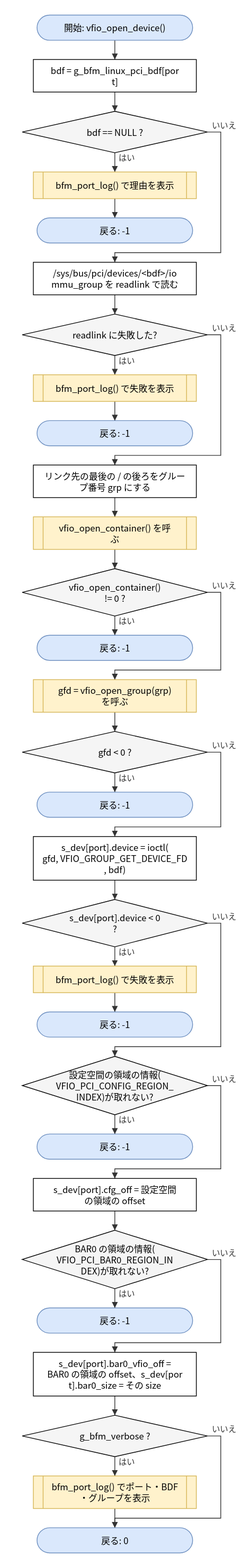
This is doc/spec/images/flow_port_linux_vfio_port_linux-vfio_open_device.drawio.svg from hf355051012-ai/bfmem, a draw.io export, as it was before one commit. Source tidied: cells renumbered, new cells last; positions are measured from the earlier drawing's top-left corner, leaving out a move shared by most shapes.
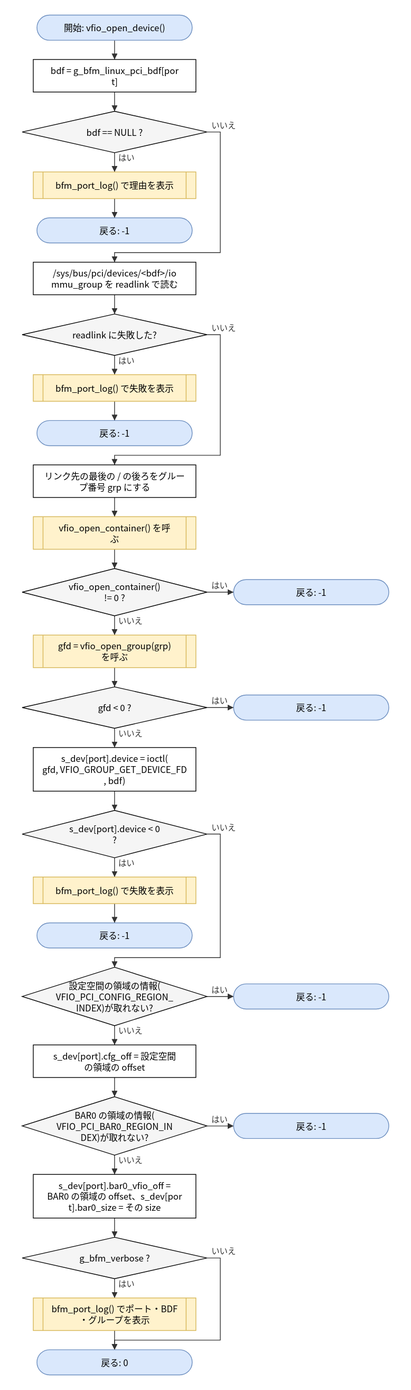
After the change.

Change to the diagram source:
```diff
@@ -39,55 +39,55 @@
       <mxGeometry y="748" width="250" height="64" as="geometry" />
     </mxCell>
     <mxCell id="14" value="戻る: -1" style="rounded=1;arcSize=50;whiteSpace=wrap;html=1;fillColor=#dae8fc;strokeColor=#6c8ebf;" parent="1" vertex="1">
-      <mxGeometry x="20" y="838" width="210" height="34" as="geometry" />
+      <mxGeometry x="286" y="763" width="210" height="34" as="geometry" />
     </mxCell>
     <mxCell id="15" value="gfd = vfio_open_group(grp)&lt;br&gt;を呼ぶ" style="shape=process;whiteSpace=wrap;html=1;backgroundOutline=1;size=0.06;fillColor=#fff2cc;strokeColor=#d6b656;" parent="1" vertex="1">
-      <mxGeometry x="15" y="898" width="220" height="44" as="geometry" />
+      <mxGeometry x="15" y="838" width="220" height="44" as="geometry" />
     </mxCell>
     <mxCell id="16" value="gfd &amp;lt; 0 ?" style="rhombus;whiteSpace=wrap;html=1;fillColor=#f5f5f5;" parent="1" vertex="1">
-      <mxGeometry y="968" width="250" height="56" as="geometry" />
+      <mxGeometry y="908" width="250" height="56" as="geometry" />
     </mxCell>
     <mxCell id="17" value="戻る: -1" style="rounded=1;arcSize=50;whiteSpace=wrap;html=1;fillColor=#dae8fc;strokeColor=#6c8ebf;" parent="1" vertex="1">
-      <mxGeometry x="20" y="1050" width="210" height="34" as="geometry" />
+      <mxGeometry x="286" y="919" width="210" height="34" as="geometry" />
     </mxCell>
     <mxCell id="18" value="s_dev[port].device = ioctl(&lt;br&gt;gfd, VFIO_GROUP_GET_DEVICE_FD&lt;br&gt;, bdf)" style="rounded=0;whiteSpace=wrap;html=1;" parent="1" vertex="1">
-      <mxGeometry x="15" y="1110" width="220" height="59" as="geometry" />
+      <mxGeometry x="15" y="990" width="220" height="59" as="geometry" />
     </mxCell>
     <mxCell id="19" value="s_dev[port].device &amp;lt; 0&lt;br&gt;?" style="rhombus;whiteSpace=wrap;html=1;fillColor=#f5f5f5;" parent="1" vertex="1">
-      <mxGeometry y="1195" width="250" height="64" as="geometry" />
+      <mxGeometry y="1075" width="250" height="64" as="geometry" />
     </mxCell>
     <mxCell id="20" value="bfm_port_log() で失敗を表示" style="shape=process;whiteSpace=wrap;html=1;backgroundOutline=1;size=0.06;fillColor=#fff2cc;strokeColor=#d6b656;" parent="1" vertex="1">
-      <mxGeometry x="15" y="1285" width="220" height="36" as="geometry" />
+      <mxGeometry x="15" y="1165" width="220" height="36" as="geometry" />
     </mxCell>
     <mxCell id="21" value="戻る: -1" style="rounded=1;arcSize=50;whiteSpace=wrap;html=1;fillColor=#dae8fc;strokeColor=#6c8ebf;" parent="1" vertex="1">
-      <mxGeometry x="20" y="1347" width="210" height="34" as="geometry" />
+      <mxGeometry x="20" y="1227" width="210" height="34" as="geometry" />
     </mxCell>
     <mxCell id="22" value="設定空間の領域の情報(&lt;br&gt;VFIO_PCI_CONFIG_REGION_&lt;br&gt;INDEX)が取れない?" style="rhombus;whiteSpace=wrap;html=1;fillColor=#f5f5f5;" parent="1" vertex="1">
-      <mxGeometry y="1407" width="250" height="79" as="geometry" />
+      <mxGeometry y="1287" width="250" height="79" as="geometry" />
     </mxCell>
     <mxCell id="23" value="戻る: -1" style="rounded=1;arcSize=50;whiteSpace=wrap;html=1;fillColor=#dae8fc;strokeColor=#6c8ebf;" parent="1" vertex="1">
-      <mxGeometry x="20" y="1512" width="210" height="34" as="geometry" />
+      <mxGeometry x="286" y="1309.5" width="210" height="34" as="geometry" />
     </mxCell>
     <mxCell id="24" value="s_dev[port].cfg_off = 設定空間&lt;br&gt;の領域の offset" style="rounded=0;whiteSpace=wrap;html=1;" parent="1" vertex="1">
-      <mxGeometry x="15" y="1572" width="220" height="44" as="geometry" />
+      <mxGeometry x="15" y="1392" width="220" height="44" as="geometry" />
     </mxCell>
     <mxCell id="25" value="BAR0 の領域の情報(&lt;br&gt;VFIO_PCI_BAR0_REGION_IN&lt;br&gt;DEX)が取れない?" style="rhombus;whiteSpace=wrap;html=1;fillColor=#f5f5f5;" parent="1" vertex="1">
-      <mxGeometry y="1642" width="250" height="79" as="geometry" />
+      <mxGeometry y="1462" width="250" height="79" as="geometry" />
     </mxCell>
     <mxCell id="26" value="戻る: -1" style="rounded=1;arcSize=50;whiteSpace=wrap;html=1;fillColor=#dae8fc;strokeColor=#6c8ebf;" parent="1" vertex="1">
-      <mxGeometry x="20" y="1747" width="210" height="34" as="geometry" />
+      <mxGeometry x="286" y="1484.5" width="210" height="34" as="geometry" />
     </mxCell>
     <mxCell id="27" value="s_dev[port].bar0_vfio_off =&lt;br&gt;BAR0 の領域の offset、s_dev[por&lt;br&gt;t].bar0_size = その size" style="rounded=0;whiteSpace=wrap;html=1;" parent="1" vertex="1">
-      <mxGeometry x="15" y="1807" width="220" height="59" as="geometry" />
+      <mxGeometry x="15" y="1567" width="220" height="59" as="geometry" />
     </mxCell>
     <mxCell id="28" value="g_bfm_verbose ?" style="rhombus;whiteSpace=wrap;html=1;fillColor=#f5f5f5;" parent="1" vertex="1">
-      <mxGeometry y="1892" width="250" height="56" as="geometry" />
+      <mxGeometry y="1652" width="250" height="56" as="geometry" />
     </mxCell>
     <mxCell id="29" value="bfm_port_log() でポート・BDF&lt;br&gt;・グループを表示" style="shape=process;whiteSpace=wrap;html=1;backgroundOutline=1;size=0.06;fillColor=#fff2cc;strokeColor=#d6b656;" parent="1" vertex="1">
-      <mxGeometry x="15" y="1974" width="220" height="44" as="geometry" />
+      <mxGeometry x="15" y="1734" width="220" height="44" as="geometry" />
     </mxCell>
     <mxCell id="30" value="戻る: 0" style="rounded=1;arcSize=50;whiteSpace=wrap;html=1;fillColor=#dae8fc;strokeColor=#6c8ebf;" parent="1" vertex="1">
-      <mxGeometry x="20" y="2044" width="210" height="34" as="geometry" />
+      <mxGeometry x="20" y="1804" width="210" height="34" as="geometry" />
     </mxCell>
     <mxCell id="31" style="edgeStyle=none;html=1;rounded=0;endArrow=block;endFill=1;exitX=0.5000;exitY=1.0000;exitDx=0;exitDy=0;exitPerimeter=0;entryX=0.5000;entryY=0.0000;entryDx=0;entryDy=0;entryPerimeter=0;" parent="1" edge="1" source="2" target="3">
       <mxGeometry relative="1" as="geometry" />
@@ -134,32 +134,20 @@
     <mxCell id="41" style="edgeStyle=none;html=1;rounded=0;endArrow=block;endFill=1;exitX=0.5000;exitY=1.0000;exitDx=0;exitDy=0;exitPerimeter=0;entryX=0.5000;entryY=0.0000;entryDx=0;entryDy=0;entryPerimeter=0;" parent="1" edge="1" source="12" target="13">
       <mxGeometry relative="1" as="geometry" />
     </mxCell>
-    <mxCell id="42" value="はい" style="edgeStyle=none;html=1;rounded=0;endArrow=block;endFill=1;exitX=0.5000;exitY=1.0000;exitDx=0;exitDy=0;exitPerimeter=0;entryX=0.5000;entryY=0.0000;entryDx=0;entryDy=0;entryPerimeter=0;" parent="1" edge="1" source="13" target="14">
+    <mxCell id="42" value="はい" style="edgeStyle=none;html=1;rounded=0;endArrow=block;endFill=1;exitX=1.0000;exitY=0.5000;exitDx=0;exitDy=0;exitPerimeter=0;entryX=0.0000;entryY=0.5000;entryDx=0;entryDy=0;entryPerimeter=0;" parent="1" edge="1" source="13" target="14">
       <mxGeometry relative="1" as="geometry" />
     </mxCell>
-    <mxCell id="43" value="いいえ" style="edgeStyle=none;html=1;rounded=0;endArrow=block;endFill=1;exitX=1.0000;exitY=0.5000;exitDx=0;exitDy=0;exitPerimeter=0;entryX=0.5000;entryY=0.0000;entryDx=0;entryDy=0;entryPerimeter=0;" parent="1" edge="1" source="13" target="15">
-      <mxGeometry relative="1" as="geometry">
-        <Array as="points">
-          <mxPoint x="268" y="780" />
-          <mxPoint x="268" y="885" />
-          <mxPoint x="125" y="885" />
-        </Array>
-      </mxGeometry>
+    <mxCell id="43" value="いいえ" style="edgeStyle=none;html=1;rounded=0;endArrow=block;endFill=1;exitX=0.5000;exitY=1.0000;exitDx=0;exitDy=0;exitPerimeter=0;entryX=0.5000;entryY=0.0000;entryDx=0;entryDy=0;entryPerimeter=0;" parent="1" edge="1" source="13" target="15">
+      <mxGeometry relative="1" as="geometry" />
     </mxCell>
     <mxCell id="44" style="edgeStyle=none;html=1;rounded=0;endArrow=block;endFill=1;exitX=0.5000;exitY=1.0000;exitDx=0;exitDy=0;exitPerimeter=0;entryX=0.5000;entryY=0.0000;entryDx=0;entryDy=0;entryPerimeter=0;" parent="1" edge="1" source="15" target="16">
       <mxGeometry relative="1" as="geometry" />
     </mxCell>
-    <mxCell id="45" value="はい" style="edgeStyle=none;html=1;rounded=0;endArrow=block;endFill=1;exitX=0.5000;exitY=1.0000;exitDx=0;exitDy=0;exitPerimeter=0;entryX=0.5000;entryY=0.0000;entryDx=0;entryDy=0;entryPerimeter=0;" parent="1" edge="1" source="16" target="17">
+    <mxCell id="45" value="はい" style="edgeStyle=none;html=1;rounded=0;endArrow=block;endFill=1;exitX=1.0000;exitY=0.5000;exitDx=0;exitDy=0;exitPerimeter=0;entryX=0.0000;entryY=0.5000;entryDx=0;entryDy=0;entryPerimeter=0;" parent="1" edge="1" source="16" target="17">
       <mxGeometry relative="1" as="geometry" />
     </mxCell>
-    <mxCell id="46" value="いいえ" style="edgeStyle=none;html=1;rounded=0;endArrow=block;endFill=1;exitX=1.0000;exitY=0.5000;exitDx=0;exitDy=0;exitPerimeter=0;entryX=0.5000;entryY=0.0000;entryDx=0;entryDy=0;entryPerimeter=0;" parent="1" edge="1" source="16" target="18">
-      <mxGeometry relative="1" as="geometry">
-        <Array as="points">
-          <mxPoint x="268" y="996" />
-          <mxPoint x="268" y="1097" />
-          <mxPoint x="125" y="1097" />
-        </Array>
-      </mxGeometry>
+    <mxCell id="46" value="いいえ" style="edgeStyle=none;html=1;rounded=0;endArrow=block;endFill=1;exitX=0.5000;exitY=1.0000;exitDx=0;exitDy=0;exitPerimeter=0;entryX=0.5000;entryY=0.0000;entryDx=0;entryDy=0;entryPerimeter=0;" parent="1" edge="1" source="16" target="18">
+      <mxGeometry relative="1" as="geometry" />
     </mxCell>
     <mxCell id="47" style="edgeStyle=none;html=1;rounded=0;endArrow=block;endFill=1;exitX=0.5000;exitY=1.0000;exitDx=0;exitDy=0;exitPerimeter=0;entryX=0.5000;entryY=0.0000;entryDx=0;entryDy=0;entryPerimeter=0;" parent="1" edge="1" source="18" target="19">
       <mxGeometry relative="1" as="geometry" />
@@ -173,38 +161,26 @@
     <mxCell id="50" value="いいえ" style="edgeStyle=none;html=1;rounded=0;endArrow=block;endFill=1;exitX=1.0000;exitY=0.5000;exitDx=0;exitDy=0;exitPerimeter=0;entryX=0.5000;entryY=0.0000;entryDx=0;entryDy=0;entryPerimeter=0;" parent="1" edge="1" source="19" target="22">
       <mxGeometry relative="1" as="geometry">
         <Array as="points">
-          <mxPoint x="268" y="1227" />
-          <mxPoint x="268" y="1394" />
-          <mxPoint x="125" y="1394" />
+          <mxPoint x="268" y="1107" />
+          <mxPoint x="268" y="1274" />
+          <mxPoint x="125" y="1274" />
         </Array>
       </mxGeometry>
     </mxCell>
-    <mxCell id="51" value="はい" style="edgeStyle=none;html=1;rounded=0;endArrow=block;endFill=1;exitX=0.5000;exitY=1.0000;exitDx=0;exitDy=0;exitPerimeter=0;entryX=0.5000;entryY=0.0000;entryDx=0;entryDy=0;entryPerimeter=0;" parent="1" edge="1" source="22" target="23">
+    <mxCell id="51" value="はい" style="edgeStyle=none;html=1;rounded=0;endArrow=block;endFill=1;exitX=1.0000;exitY=0.5000;exitDx=0;exitDy=0;exitPerimeter=0;entryX=0.0000;entryY=0.5000;entryDx=0;entryDy=0;entryPerimeter=0;" parent="1" edge="1" source="22" target="23">
       <mxGeometry relative="1" as="geometry" />
     </mxCell>
-    <mxCell id="52" value="いいえ" style="edgeStyle=none;html=1;rounded=0;endArrow=block;endFill=1;exitX=1.0000;exitY=0.5000;exitDx=0;exitDy=0;exitPerimeter=0;entryX=0.5000;entryY=0.0000;entryDx=0;entryDy=0;entryPerimeter=0;" parent="1" edge="1" source="22" target="24">
-      <mxGeometry relative="1" as="geometry">
-        <Array as="points">
-          <mxPoint x="268" y="1446.5" />
-          <mxPoint x="268" y="1559" />
-          <mxPoint x="125" y="1559" />
-        </Array>
-      </mxGeometry>
+    <mxCell id="52" value="いいえ" style="edgeStyle=none;html=1;rounded=0;endArrow=block;endFill=1;exitX=0.5000;exitY=1.0000;exitDx=0;exitDy=0;exitPerimeter=0;entryX=0.5000;entryY=0.0000;entryDx=0;entryDy=0;entryPerimeter=0;" parent="1" edge="1" source="22" target="24">
+      <mxGeometry relative="1" as="geometry" />
     </mxCell>
     <mxCell id="53" style="edgeStyle=none;html=1;rounded=0;endArrow=block;endFill=1;exitX=0.5000;exitY=1.0000;exitDx=0;exitDy=0;exitPerimeter=0;entryX=0.5000;entryY=0.0000;entryDx=0;entryDy=0;entryPerimeter=0;" parent="1" edge="1" source="24" target="25">
       <mxGeometry relative="1" as="geometry" />
     </mxCell>
-    <mxCell id="54" value="はい" style="edgeStyle=none;html=1;rounded=0;endArrow=block;endFill=1;exitX=0.5000;exitY=1.0000;exitDx=0;exitDy=0;exitPerimeter=0;entryX=0.5000;entryY=0.0000;entryDx=0;entryDy=0;entryPerimeter=0;" parent="1" edge="1" source="25" target="26">
+    <mxCell id="54" value="はい" style="edgeStyle=none;html=1;rounded=0;endArrow=block;endFill=1;exitX=1.0000;exitY=0.5000;exitDx=0;exitDy=0;exitPerimeter=0;entryX=0.0000;entryY=0.5000;entryDx=0;entryDy=0;entryPerimeter=0;" parent="1" edge="1" source="25" target="26">
       <mxGeometry relative="1" as="geometry" />
     </mxCell>
-    <mxCell id="55" value="いいえ" style="edgeStyle=none;html=1;rounded=0;endArrow=block;endFill=1;exitX=1.0000;exitY=0.5000;exitDx=0;exitDy=0;exitPerimeter=0;entryX=0.5000;entryY=0.0000;entryDx=0;entryDy=0;entryPerimeter=0;" parent="1" edge="1" source="25" target="27">
-      <mxGeometry relative="1" as="geometry">
-        <Array as="points">
-          <mxPoint x="268" y="1681.5" />
-          <mxPoint x="268" y="1794" />
-          <mxPoint x="125" y="1794" />
-        </Array>
-      </mxGeometry>
+    <mxCell id="55" value="いいえ" style="edgeStyle=none;html=1;rounded=0;endArrow=block;endFill=1;exitX=0.5000;exitY=1.0000;exitDx=0;exitDy=0;exitPerimeter=0;entryX=0.5000;entryY=0.0000;entryDx=0;entryDy=0;entryPerimeter=0;" parent="1" edge="1" source="25" target="27">
+      <mxGeometry relative="1" as="geometry" />
     </mxCell>
     <mxCell id="56" style="edgeStyle=none;html=1;rounded=0;endArrow=block;endFill=1;exitX=0.5000;exitY=1.0000;exitDx=0;exitDy=0;exitPerimeter=0;entryX=0.5000;entryY=0.0000;entryDx=0;entryDy=0;entryPerimeter=0;" parent="1" edge="1" source="27" target="28">
       <mxGeometry relative="1" as="geometry" />
@@ -218,9 +194,9 @@
     <mxCell id="59" value="いいえ" style="edgeStyle=none;html=1;rounded=0;endArrow=block;endFill=1;exitX=1.0000;exitY=0.5000;exitDx=0;exitDy=0;exitPerimeter=0;entryX=0.5000;entryY=0.0000;entryDx=0;entryDy=0;entryPerimeter=0;" parent="1" edge="1" source="28" target="30">
       <mxGeometry relative="1" as="geometry">
         <Array as="points">
-          <mxPoint x="268" y="1920" />
-          <mxPoint x="268" y="2031" />
-          <mxPoint x="125" y="2031" />
+          <mxPoint x="268" y="1680" />
+          <mxPoint x="268" y="1791" />
+          <mxPoint x="125" y="1791" />
         </Array>
       </mxGeometry>
     </mxCell>
```
